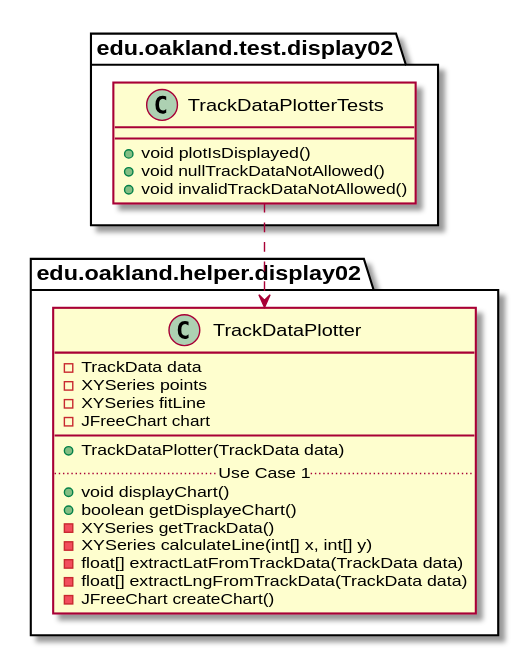
The PlantUML diagram docs/uml-class-diagrams/display02/test/TrackDataPlotterTests/TrackDataPlotterTests_DirectDependencies.svg in andrewdimmer/csi-3370-software-project, before a commit.
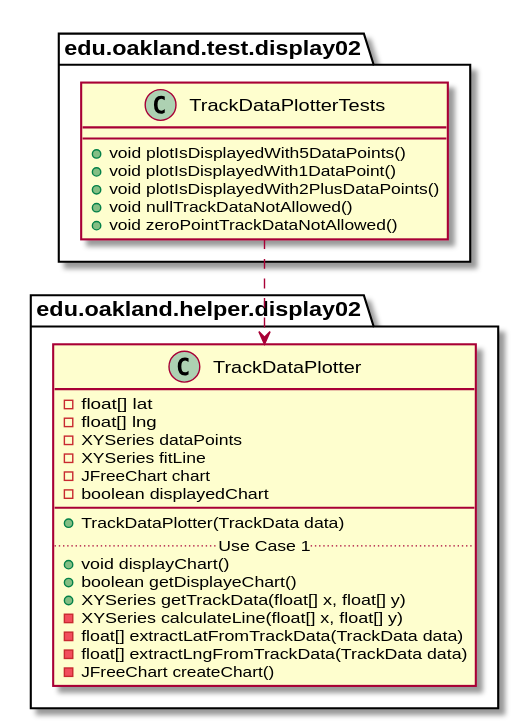
The same file after the commit.

Change to the diagram source:
```diff
@@ -3,9 +3,11 @@
 
 package edu.oakland.test.display02 {
     class TrackDataPlotterTests {
-        + void plotIsDisplayed()
+        + void plotIsDisplayedWith5DataPoints()
+        + void plotIsDisplayedWith1DataPoint()
+        + void plotIsDisplayedWith2PlusDataPoints()
         + void nullTrackDataNotAllowed()
-        + void invalidTrackDataNotAllowed()
+        + void zeroPointTrackDataNotAllowed()
     }
 }
 
@@ -13,17 +15,19 @@
 
 package edu.oakland.helper.display02 {
     class TrackDataPlotter {
-        - TrackData data
-        - XYSeries points
+        - float[] lat
+        - float[] lng
+        - XYSeries dataPoints
         - XYSeries fitLine
         - JFreeChart chart
+        - boolean displayedChart
         __
         + TrackDataPlotter(TrackData data)
         .. Use Case 1 ..
         + void displayChart()
         + boolean getDisplayeChart()
-        - XYSeries getTrackData()
-        - XYSeries calculateLine(int[] x, int[] y)
+        + XYSeries getTrackData(float[] x, float[] y)
+        - XYSeries calculateLine(float[] x, float[] y)
         - float[] extractLatFromTrackData(TrackData data)
         - float[] extractLngFromTrackData(TrackData data)
         - JFreeChart createChart()
```
